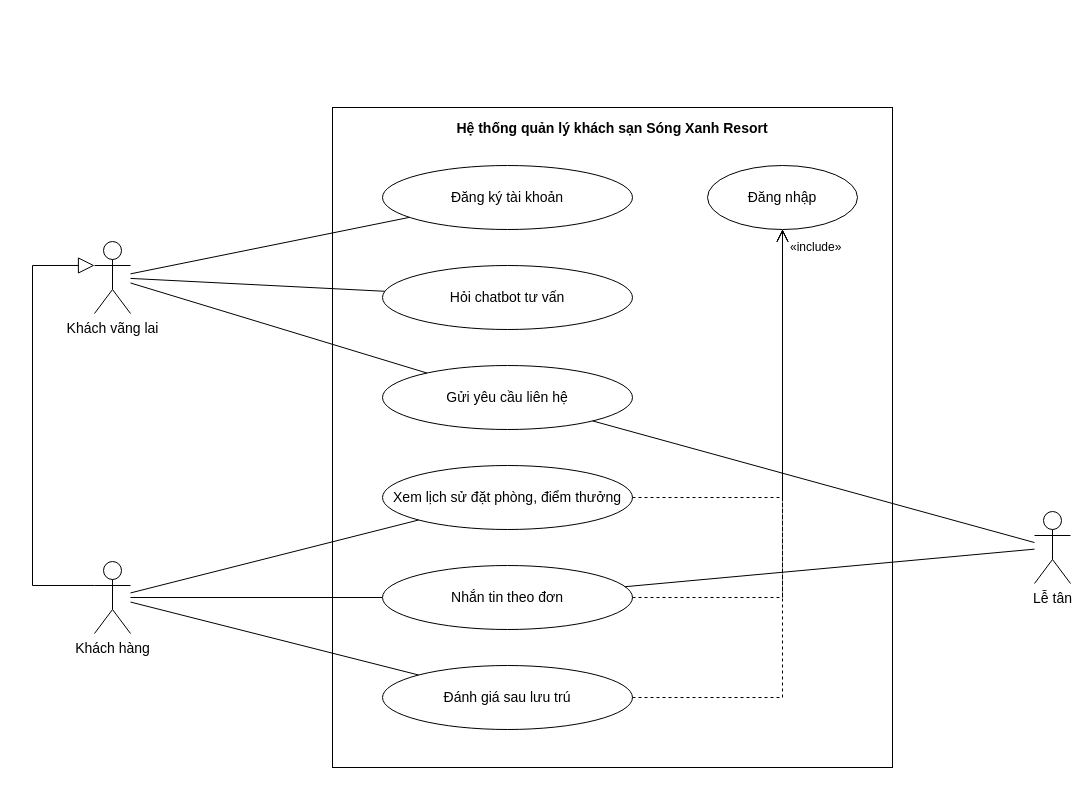
This is docs/use-case/ucn5-khach-hang.drawio from ngynquchn2511/beach-hotel, a draw.io file, before an edit. Source tidied: cells renumbered, new cells numbered last; positions are measured from the earlier drawing's top-left corner, leaving out a move shared by most shapes. Both pictures are drawn from the tidied source at 100%, with x=0, y=0 at pixel (32, 107).
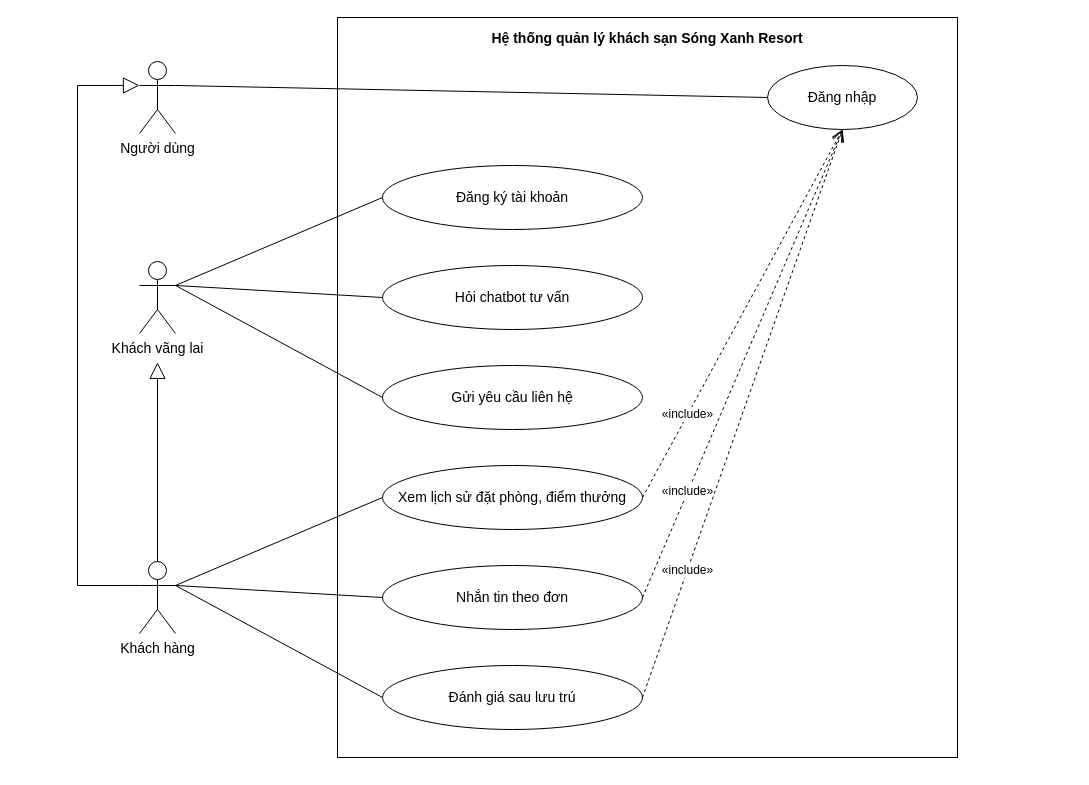
After the change.

What changed in the source:
```diff
@@
     <mxCell id="2" value="Hệ thống quản lý khách sạn Sóng Xanh Resort" style="fontFamily=Arial;fontColor=#000000;rounded=0;whiteSpace=wrap;html=1;verticalAlign=top;fontStyle=1;fontSize=14;fillColor=none;strokeColor=#000000;spacingTop=6;" parent="1" vertex="1">
-      <mxGeometry x="300" width="560" height="660" as="geometry" />
+      <mxGeometry x="305" y="-90" width="620" height="740" as="geometry" />
     </mxCell>
     <mxCell id="3" value="Đăng ký tài khoản" style="fontFamily=Arial;fontColor=#000000;ellipse;whiteSpace=wrap;html=1;fillColor=#FFFFFF;strokeColor=#000000;fontSize=14;" parent="1" vertex="1">
-      <mxGeometry x="350" y="58" width="250" height="64" as="geometry" />
+      <mxGeometry x="350" y="58" width="260" height="64" as="geometry" />
     </mxCell>
     <mxCell id="4" value="Hỏi chatbot tư vấn" style="fontFamily=Arial;fontColor=#000000;ellipse;whiteSpace=wrap;html=1;fillColor=#FFFFFF;strokeColor=#000000;fontSize=14;" parent="1" vertex="1">
-      <mxGeometry x="350" y="158" width="250" height="64" as="geometry" />
+      <mxGeometry x="350" y="158" width="260" height="64" as="geometry" />
     </mxCell>
     <mxCell id="5" value="Gửi yêu cầu liên hệ" style="fontFamily=Arial;fontColor=#000000;ellipse;whiteSpace=wrap;html=1;fillColor=#FFFFFF;strokeColor=#000000;fontSize=14;" parent="1" vertex="1">
-      <mxGeometry x="350" y="258" width="250" height="64" as="geometry" />
+      <mxGeometry x="350" y="258" width="260" height="64" as="geometry" />
     </mxCell>
     <mxCell id="6" value="Xem lịch sử đặt phòng, điểm thưởng" style="fontFamily=Arial;fontColor=#000000;ellipse;whiteSpace=wrap;html=1;fillColor=#FFFFFF;strokeColor=#000000;fontSize=14;" parent="1" vertex="1">
-      <mxGeometry x="350" y="358" width="250" height="64" as="geometry" />
+      <mxGeometry x="350" y="358" width="260" height="64" as="geometry" />
     </mxCell>
     <mxCell id="7" value="Nhắn tin theo đơn" style="fontFamily=Arial;fontColor=#000000;ellipse;whiteSpace=wrap;html=1;fillColor=#FFFFFF;strokeColor=#000000;fontSize=14;" parent="1" vertex="1">
-      <mxGeometry x="350" y="458" width="250" height="64" as="geometry" />
+      <mxGeometry x="350" y="458" width="260" height="64" as="geometry" />
     </mxCell>
     <mxCell id="8" value="Đánh giá sau lưu trú" style="fontFamily=Arial;fontColor=#000000;ellipse;whiteSpace=wrap;html=1;fillColor=#FFFFFF;strokeColor=#000000;fontSize=14;" parent="1" vertex="1">
-      <mxGeometry x="350" y="558" width="250" height="64" as="geometry" />
+      <mxGeometry x="350" y="558" width="260" height="64" as="geometry" />
     </mxCell>
     <mxCell id="9" value="Đăng nhập" style="fontFamily=Arial;fontColor=#000000;ellipse;whiteSpace=wrap;html=1;fillColor=#FFFFFF;strokeColor=#000000;fontSize=14;" parent="1" vertex="1">
-      <mxGeometry x="675" y="58" width="150" height="64" as="geometry" />
+      <mxGeometry x="735" y="-42" width="150" height="64" as="geometry" />
     </mxCell>
-    <mxCell id="10" style="fontFamily=Arial;fontColor=#000000;endArrow=open;endSize=10;dashed=1;html=1;strokeColor=#000000;rounded=0;fontSize=12;labelBackgroundColor=#FFFFFF;exitX=1;exitY=0.5;exitDx=0;exitDy=0;exitPerimeter=0;entryX=0.5;entryY=1;entryDx=0;entryDy=0;entryPerimeter=0;" parent="1" edge="1" source="6" target="9">
-      <mxGeometry relative="1" as="geometry">
-        <Array as="points">
-          <mxPoint x="750" y="390" />
-        </Array>
-      </mxGeometry>
-    </mxCell>
+    <mxCell id="26" value="Người dùng" style="fontFamily=Arial;fontColor=#000000;shape=umlActor;verticalLabelPosition=bottom;verticalAlign=top;html=1;outlineConnect=0;fillColor=#FFFFFF;strokeColor=#000000;fontSize=14;" parent="1" vertex="1">
+      <mxGeometry x="107" y="-46" width="36" height="72" as="geometry" />
+    </mxCell>
-    <mxCell id="11" style="fontFamily=Arial;fontColor=#000000;endArrow=open;endSize=10;dashed=1;html=1;strokeColor=#000000;rounded=0;fontSize=12;labelBackgroundColor=#FFFFFF;exitX=1;exitY=0.5;exitDx=0;exitDy=0;exitPerimeter=0;entryX=0.5;entryY=1;entryDx=0;entryDy=0;entryPerimeter=0;" parent="1" edge="1" source="7" target="9">
-      <mxGeometry relative="1" as="geometry">
-        <Array as="points">
-          <mxPoint x="750" y="490" />
-        </Array>
-      </mxGeometry>
+    <mxCell id="11" style="fontFamily=Arial;fontColor=#000000;endArrow=none;html=1;strokeColor=#000000;rounded=0;exitX=1;exitY=0.333;exitDx=0;exitDy=0;exitPerimeter=0;entryX=0;entryY=0.5;entryDx=0;entryDy=0;entryPerimeter=0;" parent="1" edge="1" source="26" target="9">
+      <mxGeometry relative="1" as="geometry" />
     </mxCell>
-    <mxCell id="12" style="fontFamily=Arial;fontColor=#000000;endArrow=open;endSize=10;dashed=1;html=1;strokeColor=#000000;rounded=0;fontSize=12;labelBackgroundColor=#FFFFFF;exitX=1;exitY=0.5;exitDx=0;exitDy=0;exitPerimeter=0;entryX=0.5;entryY=1;entryDx=0;entryDy=0;entryPerimeter=0;" parent="1" edge="1" source="8" target="9">
-      <mxGeometry relative="1" as="geometry">
-        <Array as="points">
-          <mxPoint x="750" y="590" />
-        </Array>
-      </mxGeometry>
-    </mxCell>
+    <mxCell id="14" value="Khách vãng lai" style="fontFamily=Arial;fontColor=#000000;shape=umlActor;verticalLabelPosition=bottom;verticalAlign=top;html=1;outlineConnect=0;fillColor=#FFFFFF;strokeColor=#000000;fontSize=14;" parent="1" vertex="1">
+      <mxGeometry x="107" y="154" width="36" height="72" as="geometry" />
+    </mxCell>
-    <mxCell id="13" value="«include»" style="fontFamily=Arial;fontColor=#000000;text;html=1;align=left;verticalAlign=middle;fontSize=12;strokeColor=none;fillColor=none;" parent="1" vertex="1">
-      <mxGeometry x="756" y="130" width="80" height="20" as="geometry" />
+    <mxCell id="13" value="Khách hàng" style="fontFamily=Arial;fontColor=#000000;shape=umlActor;verticalLabelPosition=bottom;verticalAlign=top;html=1;outlineConnect=0;fillColor=#FFFFFF;strokeColor=#000000;fontSize=14;" parent="1" vertex="1">
+      <mxGeometry x="107" y="454" width="36" height="72" as="geometry" />
     </mxCell>
-    <mxCell id="14" value="Khách vãng lai" style="fontFamily=Arial;fontColor=#000000;shape=umlActor;verticalLabelPosition=bottom;verticalAlign=top;html=1;outlineConnect=0;fillColor=#FFFFFF;strokeColor=#000000;fontSize=14;" parent="1" vertex="1">
-      <mxGeometry x="62" y="134" width="36" height="72" as="geometry" />
-    </mxCell>
-    <mxCell id="15" value="Khách hàng" style="fontFamily=Arial;fontColor=#000000;shape=umlActor;verticalLabelPosition=bottom;verticalAlign=top;html=1;outlineConnect=0;fillColor=#FFFFFF;strokeColor=#000000;fontSize=14;" parent="1" vertex="1">
-      <mxGeometry x="62" y="454" width="36" height="72" as="geometry" />
-    </mxCell>
-    <mxCell id="16" value="Lễ tân" style="fontFamily=Arial;fontColor=#000000;shape=umlActor;verticalLabelPosition=bottom;verticalAlign=top;html=1;outlineConnect=0;fillColor=#FFFFFF;strokeColor=#000000;fontSize=14;" parent="1" vertex="1">
-      <mxGeometry x="1002" y="404" width="36" height="72" as="geometry" />
-    </mxCell>
+    <mxCell id="27" style="fontFamily=Arial;fontColor=#000000;endArrow=none;html=1;strokeColor=#000000;rounded=0;exitX=1;exitY=0.333;exitDx=0;exitDy=0;exitPerimeter=0;entryX=0;entryY=0.5;entryDx=0;entryDy=0;entryPerimeter=0;" parent="1" edge="1" source="14" target="3">
+      <mxGeometry relative="1" as="geometry" />
+    </mxCell>
+    <mxCell id="28" style="fontFamily=Arial;fontColor=#000000;endArrow=none;html=1;strokeColor=#000000;rounded=0;exitX=1;exitY=0.333;exitDx=0;exitDy=0;exitPerimeter=0;entryX=0;entryY=0.5;entryDx=0;entryDy=0;entryPerimeter=0;" parent="1" edge="1" source="14" target="4">
+      <mxGeometry relative="1" as="geometry" />
+    </mxCell>
+    <mxCell id="29" style="fontFamily=Arial;fontColor=#000000;endArrow=none;html=1;strokeColor=#000000;rounded=0;exitX=1;exitY=0.333;exitDx=0;exitDy=0;exitPerimeter=0;entryX=0;entryY=0.5;entryDx=0;entryDy=0;entryPerimeter=0;" parent="1" edge="1" source="14" target="5">
+      <mxGeometry relative="1" as="geometry" />
+    </mxCell>
-    <mxCell id="17" style="fontFamily=Arial;fontColor=#000000;endArrow=none;html=1;strokeColor=#000000;rounded=0;" parent="1" edge="1" source="14" target="3">
+    <mxCell id="17" style="fontFamily=Arial;fontColor=#000000;endArrow=none;html=1;strokeColor=#000000;rounded=0;exitX=1;exitY=0.333;exitDx=0;exitDy=0;exitPerimeter=0;entryX=0;entryY=0.5;entryDx=0;entryDy=0;entryPerimeter=0;" parent="1" edge="1" source="13" target="6">
       <mxGeometry relative="1" as="geometry" />
     </mxCell>
-    <mxCell id="18" style="fontFamily=Arial;fontColor=#000000;endArrow=none;html=1;strokeColor=#000000;rounded=0;" parent="1" edge="1" source="14" target="4">
+    <mxCell id="18" style="fontFamily=Arial;fontColor=#000000;endArrow=none;html=1;strokeColor=#000000;rounded=0;exitX=1;exitY=0.333;exitDx=0;exitDy=0;exitPerimeter=0;entryX=0;entryY=0.5;entryDx=0;entryDy=0;entryPerimeter=0;" parent="1" edge="1" source="13" target="7">
       <mxGeometry relative="1" as="geometry" />
     </mxCell>
-    <mxCell id="19" style="fontFamily=Arial;fontColor=#000000;endArrow=none;html=1;strokeColor=#000000;rounded=0;" parent="1" edge="1" source="14" target="5">
+    <mxCell id="19" style="fontFamily=Arial;fontColor=#000000;endArrow=none;html=1;strokeColor=#000000;rounded=0;exitX=1;exitY=0.333;exitDx=0;exitDy=0;exitPerimeter=0;entryX=0;entryY=0.5;entryDx=0;entryDy=0;entryPerimeter=0;" parent="1" edge="1" source="13" target="8">
       <mxGeometry relative="1" as="geometry" />
     </mxCell>
-    <mxCell id="20" style="fontFamily=Arial;fontColor=#000000;endArrow=none;html=1;strokeColor=#000000;rounded=0;" parent="1" edge="1" source="15" target="6">
+    <mxCell id="20" style="fontFamily=Arial;fontColor=#000000;endArrow=block;endSize=14;endFill=0;html=1;strokeColor=#000000;rounded=0;exitX=0.5;exitY=0;exitDx=0;exitDy=0;exitPerimeter=0;entryX=0.5;entryY=1.4;entryDx=0;entryDy=0;entryPerimeter=0;" parent="1" edge="1" source="13" target="14">
       <mxGeometry relative="1" as="geometry" />
     </mxCell>
-    <mxCell id="21" style="fontFamily=Arial;fontColor=#000000;endArrow=none;html=1;strokeColor=#000000;rounded=0;" parent="1" edge="1" source="15" target="7">
-      <mxGeometry relative="1" as="geometry" />
+    <mxCell id="21" style="fontFamily=Arial;fontColor=#000000;endArrow=block;endSize=14;endFill=0;html=1;strokeColor=#000000;rounded=0;exitX=0;exitY=0.333;exitDx=0;exitDy=0;exitPerimeter=0;entryX=0;entryY=0.333;entryDx=0;entryDy=0;entryPerimeter=0;" parent="1" edge="1" source="13" target="26">
+      <mxGeometry relative="1" as="geometry">
+        <Array as="points">
+          <mxPoint x="45" y="478" />
+          <mxPoint x="45" y="-22" />
+        </Array>
+      </mxGeometry>
     </mxCell>
-    <mxCell id="22" style="fontFamily=Arial;fontColor=#000000;endArrow=none;html=1;strokeColor=#000000;rounded=0;" parent="1" edge="1" source="15" target="8">
-      <mxGeometry relative="1" as="geometry" />
+    <mxCell id="22" value="«include»" style="fontFamily=Arial;fontColor=#000000;endArrow=open;endSize=10;dashed=1;html=1;strokeColor=#000000;rounded=0;fontSize=12;labelBackgroundColor=#FFFFFF;exitX=1;exitY=0.5;exitDx=0;exitDy=0;exitPerimeter=0;entryX=0.5;entryY=1;entryDx=0;entryDy=0;entryPerimeter=0;" parent="1" edge="1" source="6" target="9">
+      <mxGeometry x="-0.55" relative="1" as="geometry" />
     </mxCell>
-    <mxCell id="23" style="fontFamily=Arial;fontColor=#000000;endArrow=none;html=1;strokeColor=#000000;rounded=0;" parent="1" edge="1" source="16" target="5">
-      <mxGeometry relative="1" as="geometry" />
+    <mxCell id="23" value="«include»" style="fontFamily=Arial;fontColor=#000000;endArrow=open;endSize=10;dashed=1;html=1;strokeColor=#000000;rounded=0;fontSize=12;labelBackgroundColor=#FFFFFF;exitX=1;exitY=0.5;exitDx=0;exitDy=0;exitPerimeter=0;entryX=0.5;entryY=1;entryDx=0;entryDy=0;entryPerimeter=0;" parent="1" edge="1" source="7" target="9">
+      <mxGeometry x="-0.55" relative="1" as="geometry" />
     </mxCell>
-    <mxCell id="24" style="fontFamily=Arial;fontColor=#000000;endArrow=none;html=1;strokeColor=#000000;rounded=0;" parent="1" edge="1" source="16" target="7">
-      <mxGeometry relative="1" as="geometry" />
+    <mxCell id="24" value="«include»" style="fontFamily=Arial;fontColor=#000000;endArrow=open;endSize=10;dashed=1;html=1;strokeColor=#000000;rounded=0;fontSize=12;labelBackgroundColor=#FFFFFF;exitX=1;exitY=0.5;exitDx=0;exitDy=0;exitPerimeter=0;entryX=0.5;entryY=1;entryDx=0;entryDy=0;entryPerimeter=0;" parent="1" edge="1" source="8" target="9">
+      <mxGeometry x="-0.55" relative="1" as="geometry" />
     </mxCell>
-    <mxCell id="25" style="fontFamily=Arial;fontColor=#000000;endArrow=block;endSize=14;endFill=0;html=1;strokeColor=#000000;rounded=0;exitX=0;exitY=0.333;exitDx=0;exitDy=0;exitPerimeter=0;entryX=0;entryY=0.333;entryDx=0;entryDy=0;entryPerimeter=0;" parent="1" edge="1" source="15" target="14">
-      <mxGeometry relative="1" as="geometry">
-        <Array as="points">
-          <mxPoint y="478" />
-          <mxPoint y="158" />
-        </Array>
-      </mxGeometry>
-    </mxCell>
```
